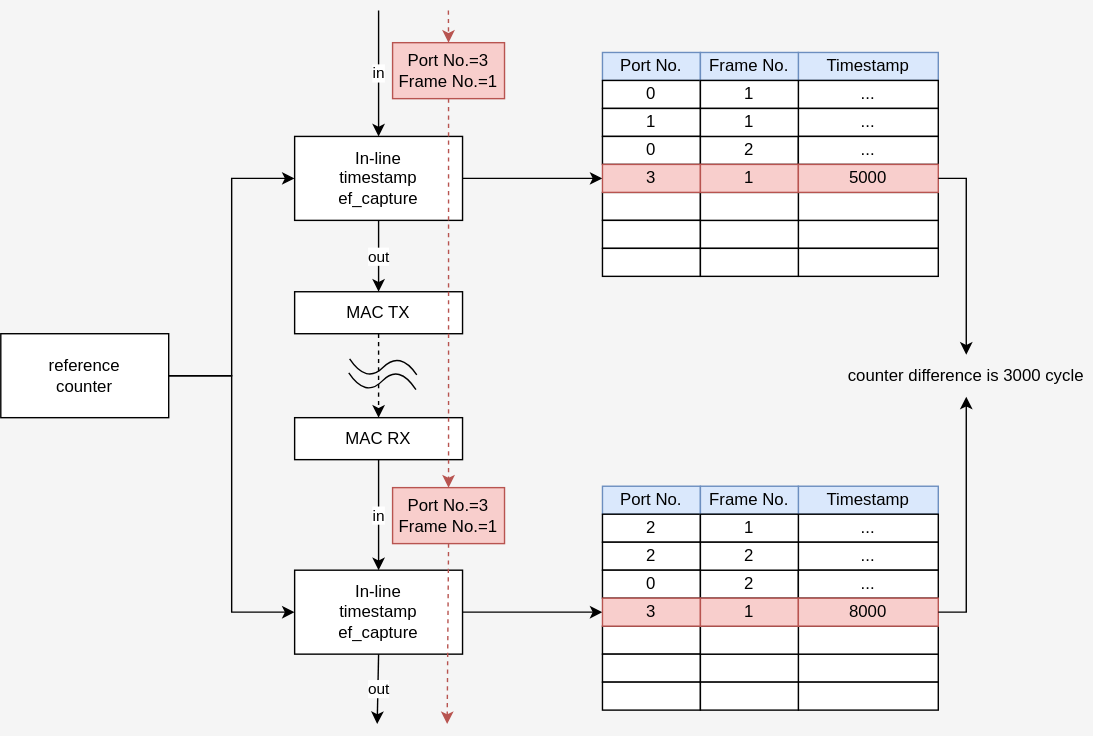
This is docs/ef_capture/img/timestamp_recording_x2.drawio.svg from CCIRT/aist-tsn-efcc, a draw.io export, as it was before one commit. Source tidied: cells renumbered, new cells last; positions are measured from the earlier drawing's top-left corner, leaving out a move shared by most shapes.
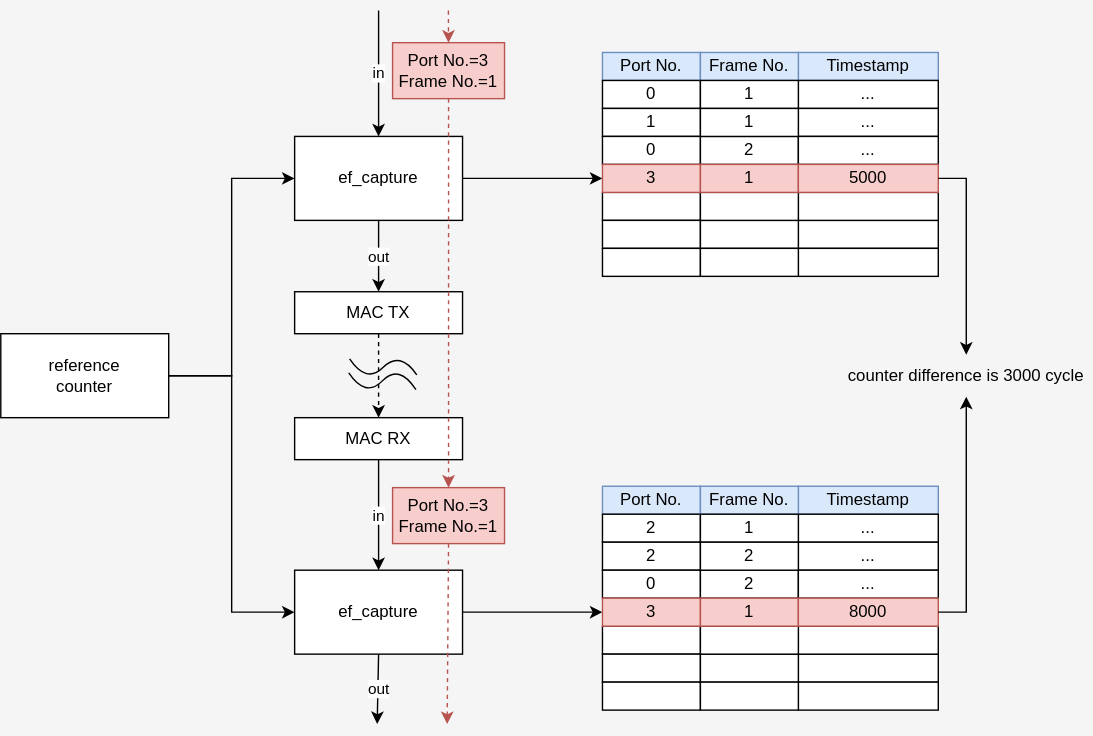
The same diagram one commit later.

What changed in the source:
```diff
@@ -5,7 +5,7 @@
     <mxCell id="2" style="edgeStyle=orthogonalEdgeStyle;rounded=0;jettySize=auto;html=1;exitX=1;exitY=0.5;exitDx=0;exitDy=0;entryX=0;entryY=0.5;entryDx=0;entryDy=0;" parent="1" edge="1" source="3" target="30">
       <mxGeometry relative="1" as="geometry" />
     </mxCell>
-    <mxCell id="3" value="In-line&lt;br&gt;timestamp&lt;br&gt;recorder" style="rounded=0;whiteSpace=wrap;html=1;" parent="1" vertex="1">
+    <mxCell id="3" value="ef_capture" style="rounded=0;whiteSpace=wrap;html=1;" parent="1" vertex="1">
       <mxGeometry x="210" y="90" width="120" height="60" as="geometry" />
     </mxCell>
     <mxCell id="4" value="in" style="endArrow=classic;html=1;rounded=0;entryX=0.5;entryY=0;entryDx=0;entryDy=0;" parent="1" edge="1" target="3">
@@ -100,7 +100,7 @@
     <mxCell id="33" style="edgeStyle=orthogonalEdgeStyle;rounded=0;jettySize=auto;html=1;exitX=1;exitY=0.5;exitDx=0;exitDy=0;entryX=0;entryY=0.5;entryDx=0;entryDy=0;" parent="1" edge="1" source="34" target="59">
       <mxGeometry relative="1" as="geometry" />
     </mxCell>
-    <mxCell id="34" value="In-line&lt;br&gt;timestamp&lt;br&gt;recorder" style="rounded=0;whiteSpace=wrap;html=1;" parent="1" vertex="1">
+    <mxCell id="34" value="&lt;span style=&quot;color: rgb(0, 0, 0);&quot;&gt;ef_capture&lt;/span&gt;" style="rounded=0;whiteSpace=wrap;html=1;" parent="1" vertex="1">
       <mxGeometry x="210" y="400" width="120" height="60" as="geometry" />
     </mxCell>
     <mxCell id="35" value="in" style="endArrow=classic;html=1;rounded=0;entryX=0.5;entryY=0;entryDx=0;entryDy=0;exitX=0.5;exitY=1;exitDx=0;exitDy=0;" parent="1" edge="1" source="63" target="34">
```
